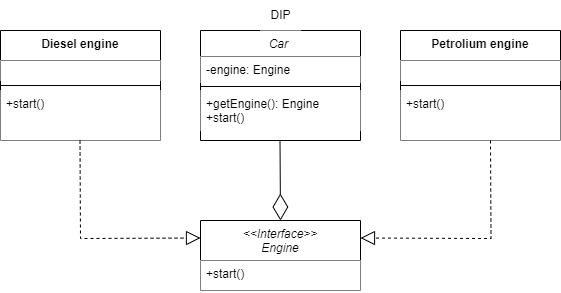
This is hw03/DIP/DIP.png from PavelVolchenko/SoftwareArchitecture, a draw.io export, as it was before one commit. Source tidied: cells renumbered, new cells last; positions are measured from the earlier drawing's top-left corner, leaving out a move shared by most shapes.
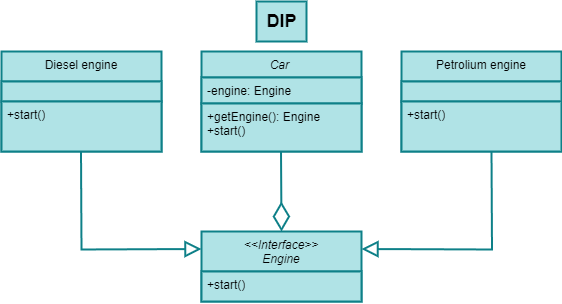
Later version of the same file.

Diff of the diagram source:
```diff
@@ -2,71 +2,62 @@
   <root>
     <mxCell id="0" />
     <mxCell id="1" parent="0" />
-    <mxCell id="2" value="Car &#10;&#10;" style="swimlane;fontStyle=2;align=center;verticalAlign=top;horizontal=1;startSize=26;rounded=0;shadow=0;strokeWidth=1;fillColor=#FFFFFF;" parent="1" vertex="1">
-      <mxGeometry x="200" y="30" width="160" height="110" as="geometry" />
+    <mxCell id="2" value="Car&amp;nbsp;&lt;br&gt;&lt;br&gt;" style="swimlane;fontStyle=2;align=center;verticalAlign=top;horizontal=1;startSize=26;rounded=0;shadow=0;strokeWidth=2;labelBackgroundColor=none;labelBorderColor=none;swimlaneLine=1;fixDash=0;backgroundOutline=0;enumerate=0;comic=0;whiteSpace=wrap;html=1;fillColor=#b0e3e6;strokeColor=#0e8088;" parent="1" vertex="1">
+      <mxGeometry x="200" y="30" width="160" height="100" as="geometry" />
     </mxCell>
-    <mxCell id="3" value="-engine: Engine&#10;" style="text;align=left;verticalAlign=top;spacingLeft=4;spacingRight=4;overflow=hidden;fillColor=#FFFFFF;shadow=0;" parent="2" vertex="1">
+    <mxCell id="3" value="-engine: Engine&lt;br&gt;" style="text;align=left;verticalAlign=top;spacingLeft=4;spacingRight=4;overflow=hidden;labelBackgroundColor=none;labelBorderColor=none;fontStyle=0;shadow=0;swimlaneLine=1;fixDash=0;backgroundOutline=0;enumerate=0;comic=0;strokeWidth=2;whiteSpace=wrap;html=1;rounded=0;fillColor=#b0e3e6;strokeColor=#0e8088;" parent="2" vertex="1">
       <mxGeometry y="26" width="160" height="26" as="geometry" />
     </mxCell>
-    <mxCell id="4" style="line;html=1;strokeWidth=1;align=left;verticalAlign=middle;spacingTop=-1;spacingLeft=3;spacingRight=3;labelPosition=right;fillColor=#FFFFFF;shadow=0;" parent="2" vertex="1">
-      <mxGeometry y="52" width="160" height="8" as="geometry" />
-    </mxCell>
-    <mxCell id="5" value="+getEngine(): Engine&#10;+start()" style="text;align=left;verticalAlign=top;spacingLeft=4;spacingRight=4;overflow=hidden;fillColor=#FFFFFF;shadow=0;" parent="2" vertex="1">
-      <mxGeometry y="60" width="160" height="40" as="geometry" />
+    <mxCell id="5" value="+getEngine(): Engine&lt;br&gt;+start()" style="text;align=left;verticalAlign=top;spacingLeft=4;spacingRight=4;overflow=hidden;labelBackgroundColor=none;labelBorderColor=none;fontStyle=0;shadow=0;swimlaneLine=1;fixDash=0;backgroundOutline=0;enumerate=0;comic=0;strokeWidth=2;whiteSpace=wrap;html=1;rounded=0;fillColor=#b0e3e6;strokeColor=#0e8088;" parent="2" vertex="1">
+      <mxGeometry y="52" width="160" height="48" as="geometry" />
     </mxCell>
-    <mxCell id="6" value="&lt;&lt;Interface&gt;&gt;&#10;Engine" style="swimlane;fontStyle=2;align=center;verticalAlign=top;horizontal=1;startSize=40;rounded=0;shadow=0;strokeWidth=1;fillColor=#FFFFFF;" parent="1" vertex="1">
-      <mxGeometry x="200" y="220" width="160" height="70" as="geometry" />
+    <mxCell id="6" value="&amp;lt;&amp;lt;Interface&amp;gt;&amp;gt;&lt;br&gt;Engine" style="swimlane;fontStyle=2;align=center;verticalAlign=top;horizontal=1;startSize=40;rounded=0;shadow=0;strokeWidth=2;labelBackgroundColor=none;labelBorderColor=none;swimlaneLine=1;snapToPoint=0;fixDash=0;backgroundOutline=0;enumerate=0;comic=0;whiteSpace=wrap;html=1;fillColor=#b0e3e6;strokeColor=#0e8088;" parent="1" vertex="1">
+      <mxGeometry x="200" y="210" width="160" height="70" as="geometry" />
     </mxCell>
-    <mxCell id="7" value="+start()" style="text;align=left;verticalAlign=top;spacingLeft=4;spacingRight=4;overflow=hidden;fillColor=#FFFFFF;shadow=0;" parent="6" vertex="1">
+    <mxCell id="7" value="+start()" style="text;align=left;verticalAlign=top;spacingLeft=4;spacingRight=4;overflow=hidden;labelBackgroundColor=none;labelBorderColor=none;fontStyle=0;shadow=0;swimlaneLine=1;fixDash=0;backgroundOutline=0;enumerate=0;comic=0;strokeWidth=2;whiteSpace=wrap;html=1;rounded=0;fillColor=#b0e3e6;strokeColor=#0e8088;" parent="6" vertex="1">
       <mxGeometry y="40" width="160" height="30" as="geometry" />
     </mxCell>
-    <mxCell id="8" value="Petrolium engine" style="swimlane;fontStyle=1;align=center;verticalAlign=top;horizontal=1;startSize=30;whiteSpace=wrap;html=1;swimlaneLine=1;strokeColor=default;fillColor=#FFFFFF;gradientColor=none;swimlaneFillColor=none;rounded=0;glass=0;shadow=0;swimlaneHead=1;swimlaneBody=1;" parent="1" vertex="1">
-      <mxGeometry x="400" y="30" width="160" height="110" as="geometry" />
+    <mxCell id="8" value="Petrolium engine" style="swimlane;fontStyle=0;align=center;verticalAlign=top;horizontal=1;startSize=30;swimlaneLine=1;swimlaneFillColor=none;rounded=0;glass=0;shadow=0;swimlaneHead=1;swimlaneBody=1;labelBackgroundColor=none;labelBorderColor=none;fixDash=0;backgroundOutline=0;enumerate=0;comic=0;strokeWidth=2;whiteSpace=wrap;html=1;fillColor=#b0e3e6;strokeColor=#0e8088;" parent="1" vertex="1">
+      <mxGeometry x="400" y="30" width="160" height="100" as="geometry" />
     </mxCell>
-    <mxCell id="9" value="&amp;nbsp;" style="text;strokeColor=none;fillColor=#FFFFFF;align=left;verticalAlign=top;spacingLeft=4;spacingRight=4;overflow=hidden;whiteSpace=wrap;html=1;shadow=0;" parent="8" vertex="1">
+    <mxCell id="9" value="&amp;nbsp;" style="text;align=left;verticalAlign=top;spacingLeft=4;spacingRight=4;overflow=hidden;labelBackgroundColor=none;labelBorderColor=none;fontStyle=0;shadow=0;swimlaneLine=1;fixDash=0;backgroundOutline=0;enumerate=0;comic=0;strokeWidth=2;whiteSpace=wrap;html=1;rounded=0;fillColor=#b0e3e6;strokeColor=#0e8088;" parent="8" vertex="1">
       <mxGeometry y="30" width="160" height="20" as="geometry" />
     </mxCell>
-    <mxCell id="10" style="line;strokeWidth=1;fillColor=#FFFFFF;align=left;verticalAlign=middle;spacingTop=-1;spacingLeft=3;spacingRight=3;labelPosition=right;strokeColor=inherit;shadow=0;" parent="8" vertex="1">
-      <mxGeometry y="50" width="160" height="10" as="geometry" />
-    </mxCell>
-    <mxCell id="11" value="+start()" style="text;strokeColor=none;fillColor=#FFFFFF;align=left;verticalAlign=top;spacingLeft=4;spacingRight=4;overflow=hidden;whiteSpace=wrap;html=1;shadow=0;" parent="8" vertex="1">
-      <mxGeometry y="60" width="160" height="50" as="geometry" />
+    <mxCell id="11" value="+start()" style="text;align=left;verticalAlign=top;spacingLeft=4;spacingRight=4;overflow=hidden;labelBackgroundColor=none;labelBorderColor=none;fontStyle=0;shadow=0;swimlaneLine=1;fixDash=0;backgroundOutline=0;enumerate=0;comic=0;strokeWidth=2;whiteSpace=wrap;html=1;rounded=0;fillColor=#b0e3e6;strokeColor=#0e8088;" parent="8" vertex="1">
+      <mxGeometry y="50" width="160" height="50" as="geometry" />
     </mxCell>
-    <mxCell id="12" value="Diesel engine" style="swimlane;fontStyle=1;align=center;verticalAlign=top;horizontal=1;startSize=30;whiteSpace=wrap;html=1;swimlaneLine=1;strokeColor=default;fillColor=#FFFFFF;gradientColor=none;swimlaneFillColor=none;rounded=0;glass=0;shadow=0;swimlaneHead=1;swimlaneBody=1;" parent="1" vertex="1">
-      <mxGeometry y="30" width="160" height="110" as="geometry" />
+    <mxCell id="12" value="Diesel engine" style="swimlane;fontStyle=0;align=center;verticalAlign=top;horizontal=1;startSize=30;swimlaneLine=1;swimlaneFillColor=none;rounded=0;glass=0;shadow=0;swimlaneHead=1;swimlaneBody=1;labelBackgroundColor=none;labelBorderColor=none;fixDash=0;backgroundOutline=0;enumerate=0;comic=0;strokeWidth=2;whiteSpace=wrap;html=1;fillColor=#b0e3e6;strokeColor=#0e8088;" parent="1" vertex="1">
+      <mxGeometry y="30" width="160" height="100" as="geometry" />
     </mxCell>
-    <mxCell id="13" value="&amp;nbsp;" style="text;strokeColor=none;fillColor=#FFFFFF;align=left;verticalAlign=top;spacingLeft=4;spacingRight=4;overflow=hidden;whiteSpace=wrap;html=1;shadow=0;" parent="12" vertex="1">
+    <mxCell id="13" value="&amp;nbsp;" style="text;align=left;verticalAlign=top;spacingLeft=4;spacingRight=4;overflow=hidden;labelBackgroundColor=none;labelBorderColor=none;fontStyle=0;shadow=0;swimlaneLine=1;fixDash=0;backgroundOutline=0;enumerate=0;comic=0;strokeWidth=2;whiteSpace=wrap;html=1;rounded=0;fillColor=#b0e3e6;strokeColor=#0e8088;" parent="12" vertex="1">
       <mxGeometry y="30" width="160" height="20" as="geometry" />
     </mxCell>
-    <mxCell id="14" style="line;strokeWidth=1;fillColor=#FFFFFF;align=left;verticalAlign=middle;spacingTop=-1;spacingLeft=3;spacingRight=3;labelPosition=right;strokeColor=inherit;shadow=0;" parent="12" vertex="1">
-      <mxGeometry y="50" width="160" height="10" as="geometry" />
-    </mxCell>
-    <mxCell id="15" value="+start()" style="text;strokeColor=none;fillColor=#FFFFFF;align=left;verticalAlign=top;spacingLeft=4;spacingRight=4;overflow=hidden;whiteSpace=wrap;html=1;shadow=0;" parent="12" vertex="1">
-      <mxGeometry y="60" width="160" height="50" as="geometry" />
+    <mxCell id="15" value="+start()" style="text;align=left;verticalAlign=top;spacingLeft=4;spacingRight=4;overflow=hidden;labelBackgroundColor=none;labelBorderColor=none;fontStyle=0;shadow=0;swimlaneLine=1;fixDash=0;backgroundOutline=0;enumerate=0;comic=0;strokeWidth=2;whiteSpace=wrap;html=1;rounded=0;fillColor=#b0e3e6;strokeColor=#0e8088;" parent="12" vertex="1">
+      <mxGeometry y="50" width="160" height="50" as="geometry" />
     </mxCell>
-    <mxCell id="16" value="DIP" style="text;html=1;align=center;verticalAlign=middle;strokeColor=none;fillColor=#FFFFFF;shadow=0;" parent="1" vertex="1">
-      <mxGeometry x="260" width="40" height="30" as="geometry" />
+    <mxCell id="16" value="DIP" style="text;align=center;verticalAlign=middle;labelBackgroundColor=none;labelBorderColor=none;fontStyle=1;shadow=0;swimlaneLine=1;fixDash=0;backgroundOutline=0;enumerate=0;comic=0;strokeWidth=2;html=1;fontSize=18;rounded=0;fillColor=#b0e3e6;strokeColor=#0e8088;" parent="1" vertex="1">
+      <mxGeometry x="255" y="-20" width="50" height="40" as="geometry" />
     </mxCell>
-    <mxCell id="17" style="endArrow=block;dashed=1;endFill=0;endSize=12;html=1;rounded=0;entryX=0;entryY=0.25;entryDx=0;entryDy=0;fillColor=#FFFFFF;shadow=0;" parent="1" edge="1" target="6">
+    <mxCell id="17" style="endArrow=block;endFill=0;endSize=12;rounded=0;entryX=0;entryY=0.25;entryDx=0;entryDy=0;fontColor=default;labelBackgroundColor=none;labelBorderColor=none;fontStyle=0;shadow=0;swimlaneLine=1;snapToPoint=0;fixDash=0;backgroundOutline=0;enumerate=0;comic=0;strokeWidth=2;html=1;fillColor=#b0e3e6;strokeColor=#0e8088;" parent="1" edge="1" target="6">
       <mxGeometry relative="1" as="geometry">
-        <mxPoint x="79.5" y="140" as="sourcePoint" />
+        <mxPoint x="79.5" y="130" as="sourcePoint" />
         <Array as="points">
-          <mxPoint x="80" y="238" />
+          <mxPoint x="80" y="228" />
         </Array>
       </mxGeometry>
     </mxCell>
-    <mxCell id="18" style="endArrow=block;dashed=1;endFill=0;endSize=12;html=1;rounded=0;entryX=1;entryY=0.25;entryDx=0;entryDy=0;fillColor=#FFFFFF;shadow=0;" parent="1" edge="1" target="6">
+    <mxCell id="18" style="endArrow=block;endFill=0;endSize=12;rounded=0;entryX=1;entryY=0.25;entryDx=0;entryDy=0;fontColor=default;labelBackgroundColor=none;labelBorderColor=none;fontStyle=0;shadow=0;swimlaneLine=1;snapToPoint=0;fixDash=0;backgroundOutline=0;enumerate=0;comic=0;strokeWidth=2;html=1;fillColor=#b0e3e6;strokeColor=#0e8088;" parent="1" edge="1" target="6">
       <mxGeometry relative="1" as="geometry">
-        <mxPoint x="490" y="140" as="sourcePoint" />
+        <mxPoint x="490" y="130" as="sourcePoint" />
         <Array as="points">
-          <mxPoint x="490.5" y="238" />
+          <mxPoint x="490.5" y="228" />
         </Array>
       </mxGeometry>
     </mxCell>
-    <mxCell id="19" style="endArrow=diamondThin;endFill=0;endSize=24;html=1;rounded=0;fillColor=#FFFFFF;shadow=0;" parent="1" edge="1">
+    <mxCell id="19" style="endArrow=diamondThin;endFill=0;endSize=24;rounded=0;fontColor=default;labelBackgroundColor=none;labelBorderColor=none;fontStyle=0;shadow=0;swimlaneLine=1;snapToPoint=0;fixDash=0;backgroundOutline=0;enumerate=0;comic=0;strokeWidth=2;html=1;fillColor=#b0e3e6;strokeColor=#0e8088;" parent="1" edge="1">
       <mxGeometry relative="1" as="geometry">
-        <mxPoint x="279.5" y="140" as="sourcePoint" />
-        <mxPoint x="280" y="220" as="targetPoint" />
+        <mxPoint x="279.5" y="130" as="sourcePoint" />
+        <mxPoint x="280" y="210" as="targetPoint" />
       </mxGeometry>
     </mxCell>
   </root>
```
